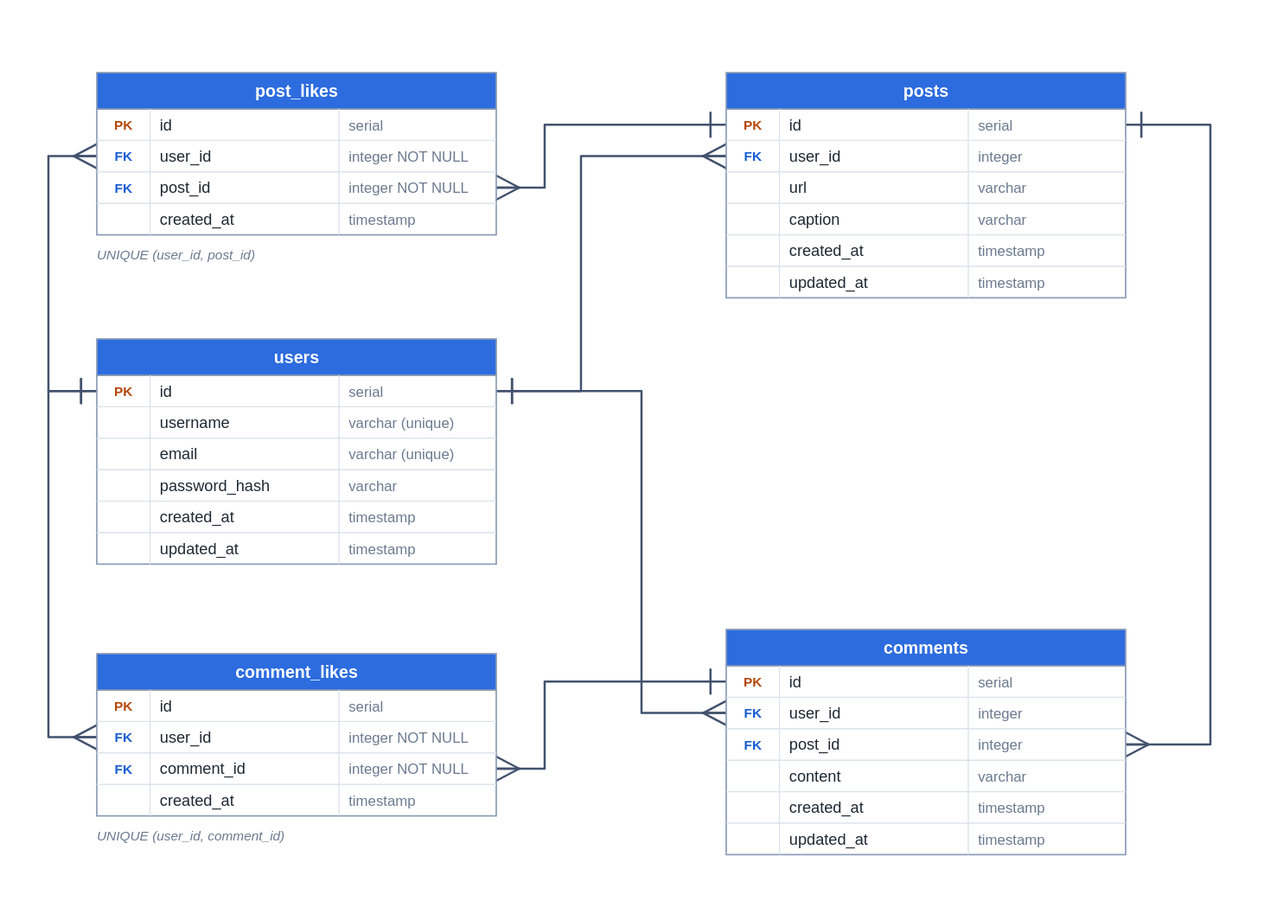
This is docs/schema.drawio.svg from rehmanhaseeb2345-bit/SQL-Practice, a draw.io export, as it was before one commit. Source tidied: cells renumbered, new cells last; positions are measured from the earlier drawing's top-left corner, leaving out a move shared by most shapes.
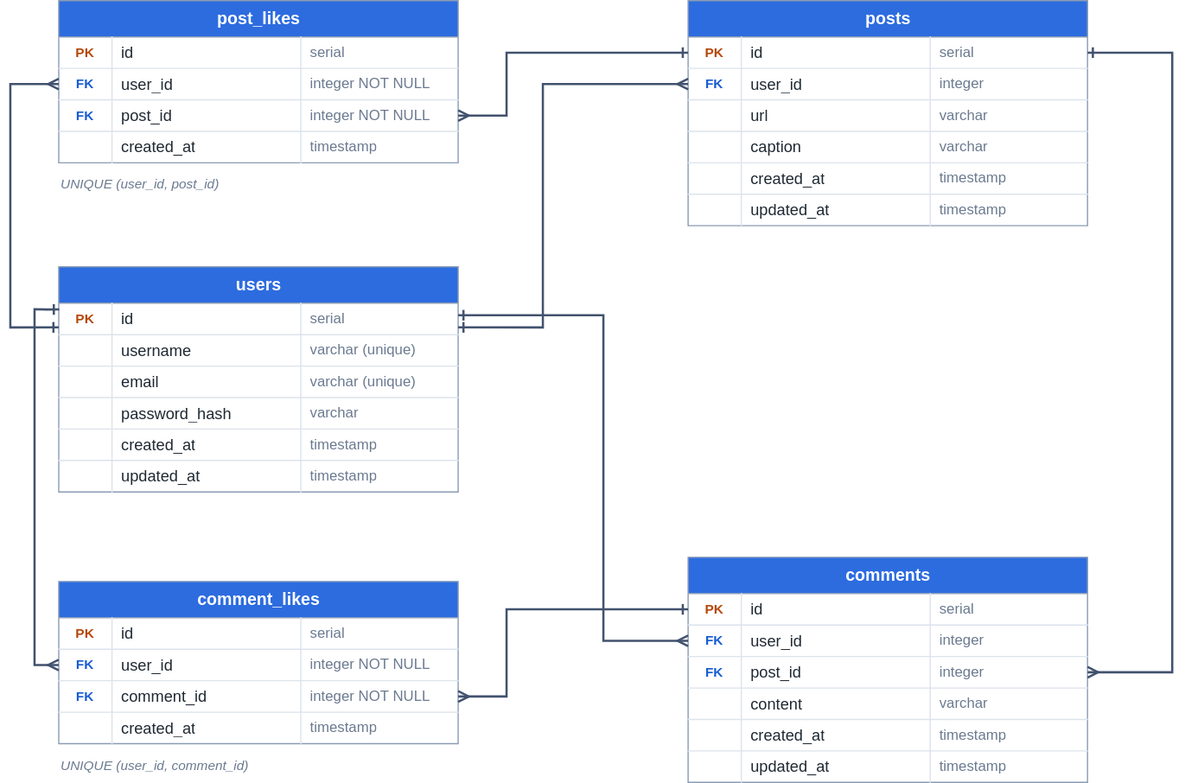
After the commit.

Change to the diagram source:
```diff
@@ -335,18 +335,22 @@
     <mxCell id="112" value="UNIQUE (user_id, comment_id)" style="text;html=1;align=left;verticalAlign=middle;fontSize=11;fontStyle=2;fontColor=#6B7A90;" parent="1" vertex="1">
       <mxGeometry x="40" y="622" width="330" height="20" as="geometry" />
     </mxCell>
-    <mxCell id="113" style="edgeStyle=orthogonalEdgeStyle;rounded=0;html=1;jettySize=auto;exitX=1;exitY=0.5;exitDx=0;exitDy=0;entryX=0;entryY=0.5;entryDx=0;entryDy=0;startArrow=ERone;startFill=0;endArrow=ERmany;endFill=0;strokeColor=#42526E;strokeWidth=1.8;" parent="1" edge="1" source="3" target="32">
+    <mxCell id="113" style="edgeStyle=orthogonalEdgeStyle;rounded=0;html=1;jettySize=auto;entryX=0;entryY=0.5;entryDx=0;entryDy=0;startArrow=ERone;startFill=0;endArrow=ERmany;endFill=0;strokeColor=#42526E;strokeWidth=1.8;" parent="1" edge="1" target="32">
       <mxGeometry relative="1" as="geometry">
+        <mxPoint x="370" y="270" as="sourcePoint" />
         <Array as="points">
-          <mxPoint x="440" y="263" />
+          <mxPoint x="370" y="270" />
+          <mxPoint x="440" y="270" />
           <mxPoint x="440" y="69" />
         </Array>
       </mxGeometry>
     </mxCell>
-    <mxCell id="114" style="edgeStyle=orthogonalEdgeStyle;rounded=0;html=1;jettySize=auto;exitX=1;exitY=0.5;exitDx=0;exitDy=0;entryX=0;entryY=0.5;entryDx=0;entryDy=0;startArrow=ERone;startFill=0;endArrow=ERmany;endFill=0;strokeColor=#42526E;strokeWidth=1.8;" parent="1" edge="1" source="3" target="57">
+    <mxCell id="114" style="edgeStyle=orthogonalEdgeStyle;rounded=0;html=1;jettySize=auto;entryX=0;entryY=0.5;entryDx=0;entryDy=0;startArrow=ERone;startFill=0;endArrow=ERmany;endFill=0;strokeColor=#42526E;strokeWidth=1.8;" parent="1" edge="1" target="57">
       <mxGeometry relative="1" as="geometry">
+        <mxPoint x="370" y="260" as="sourcePoint" />
         <Array as="points">
-          <mxPoint x="490" y="263" />
+          <mxPoint x="370" y="260" />
+          <mxPoint x="490" y="260" />
           <mxPoint x="490" y="529" />
         </Array>
       </mxGeometry>
@@ -359,19 +363,20 @@
         </Array>
       </mxGeometry>
     </mxCell>
-    <mxCell id="116" style="edgeStyle=orthogonalEdgeStyle;rounded=0;html=1;jettySize=auto;exitX=0;exitY=0.5;exitDx=0;exitDy=0;entryX=0;entryY=0.5;entryDx=0;entryDy=0;startArrow=ERone;startFill=0;endArrow=ERmany;endFill=0;strokeColor=#42526E;strokeWidth=1.8;" parent="1" edge="1" source="3" target="82">
+    <mxCell id="116" style="edgeStyle=orthogonalEdgeStyle;rounded=0;html=1;jettySize=auto;exitX=0;exitY=0.769;exitDx=0;exitDy=0;entryX=0;entryY=0.5;entryDx=0;entryDy=0;startArrow=ERone;startFill=0;endArrow=ERmany;endFill=0;strokeColor=#42526E;strokeWidth=1.8;exitPerimeter=0;" parent="1" edge="1" source="3" target="82">
       <mxGeometry relative="1" as="geometry">
         <Array as="points">
-          <mxPoint y="263" />
+          <mxPoint y="270" />
           <mxPoint y="69" />
         </Array>
       </mxGeometry>
     </mxCell>
-    <mxCell id="117" style="edgeStyle=orthogonalEdgeStyle;rounded=0;html=1;jettySize=auto;exitX=0;exitY=0.5;exitDx=0;exitDy=0;entryX=0;entryY=0.5;entryDx=0;entryDy=0;startArrow=ERone;startFill=0;endArrow=ERmany;endFill=0;strokeColor=#42526E;strokeWidth=1.8;" parent="1" edge="1" source="3" target="100">
+    <mxCell id="117" style="edgeStyle=orthogonalEdgeStyle;rounded=0;html=1;jettySize=auto;entryX=0;entryY=0.5;entryDx=0;entryDy=0;startArrow=ERone;startFill=0;endArrow=ERmany;endFill=0;strokeColor=#42526E;strokeWidth=1.8;exitX=0.001;exitY=0.201;exitDx=0;exitDy=0;exitPerimeter=0;" parent="1" edge="1" source="3" target="100">
       <mxGeometry relative="1" as="geometry">
         <Array as="points">
-          <mxPoint y="263" />
-          <mxPoint y="549" />
+          <mxPoint x="30" y="255" />
+          <mxPoint x="20" y="255" />
+          <mxPoint x="20" y="549" />
         </Array>
       </mxGeometry>
     </mxCell>
```
